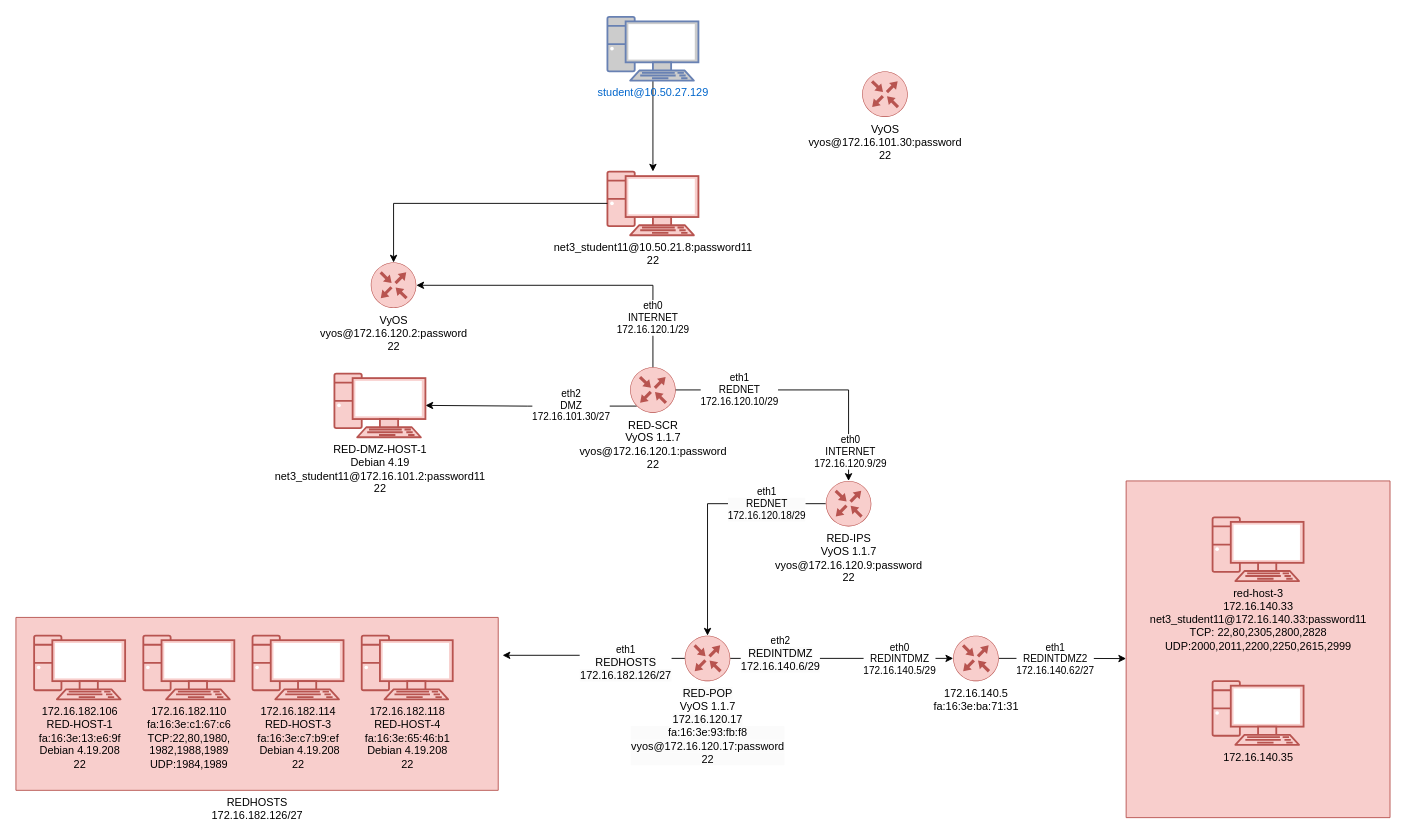
Above: CCTC/NET/Network_Recon.drawio in wifi96h/new (draw.io), before the change. Source tidied: cells renumbered, new cells numbered last; positions are measured from the earlier drawing's top-left corner, leaving out a move shared by most shapes. Both pictures are drawn from the tidied source at 91%, with x=0, y=0 at pixel (15, 16).
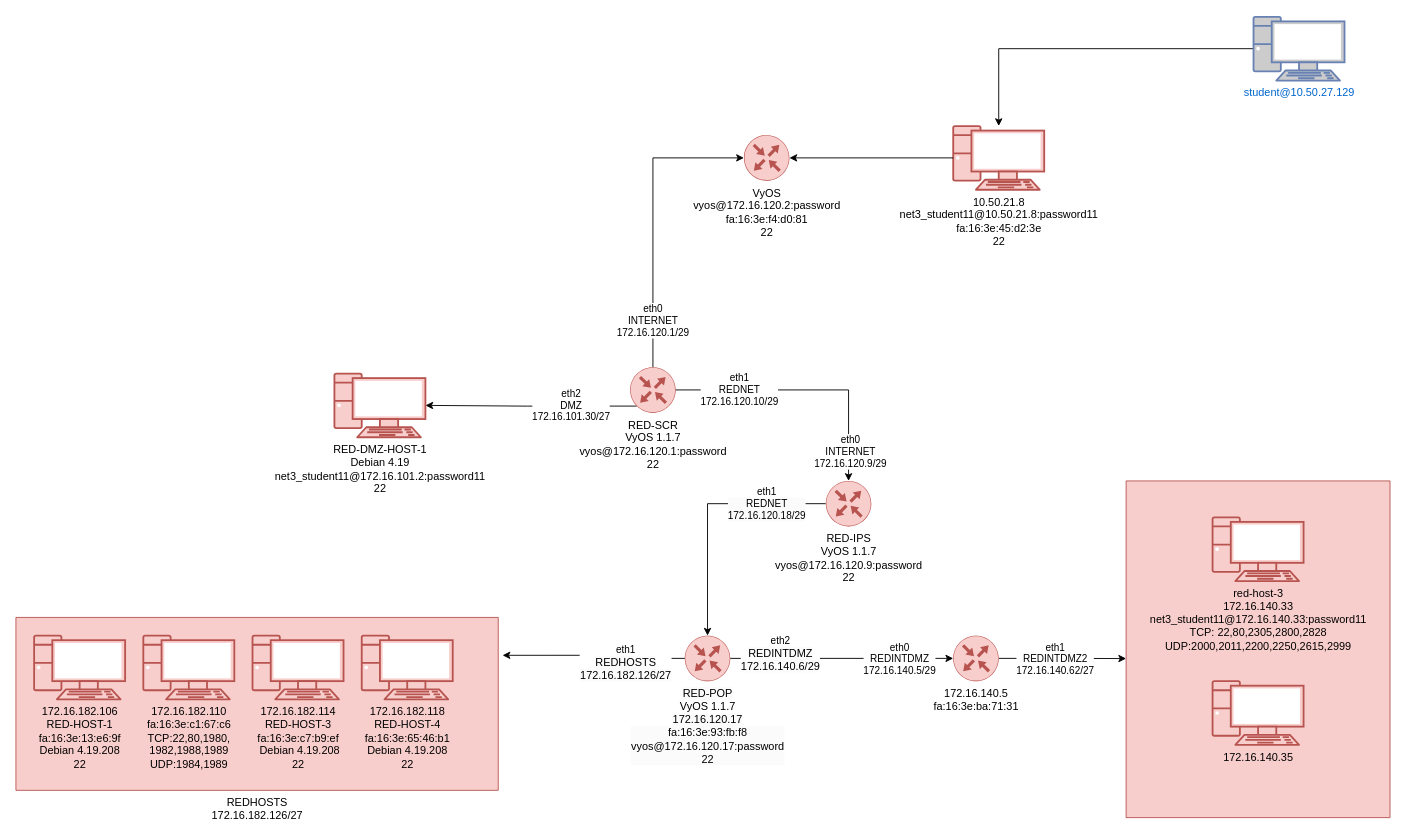
The same diagram, later.

Unchanged cells that the change refers to:
```xml
<mxCell id="7" value="RED-SCR&lt;div&gt;VyOS 1.1.7&lt;br&gt;&lt;div&gt;vyos@172.16.120.1:password&lt;div&gt;22&lt;/div&gt;&lt;/div&gt;&lt;/div&gt;" style="sketch=0;points=[[0.5,0,0],[1,0.5,0],[0.5,1,0],[0,0.5,0],[0.145,0.145,0],[0.8555,0.145,0],[0.855,0.8555,0],[0.145,0.855,0]];verticalLabelPosition=bottom;html=1;verticalAlign=top;align=center;shape=mxgraph.cisco19.rect;prIcon=router;fillColor=#f8cecc;strokeColor=#b85450;" parent="1" vertex="1">
  <mxGeometry x="675" y="385" width="50" height="50" as="geometry" />
</mxCell>
```

What changed in the source:
```diff
@@
     <mxCell id="4" value="student@10.50.27.129" style="fontColor=#0066CC;verticalAlign=top;verticalLabelPosition=bottom;labelPosition=center;align=center;html=1;outlineConnect=0;fillColor=#CCCCCC;strokeColor=#6881B3;gradientColor=none;gradientDirection=north;strokeWidth=2;shape=mxgraph.networks.pc;" parent="1" vertex="1">
-      <mxGeometry x="650" width="100" height="70" as="geometry" />
+      <mxGeometry x="1360" width="100" height="70" as="geometry" />
     </mxCell>
-    <mxCell id="5" value="net3_student11@10.50.21.8:password11&lt;div&gt;22&lt;/div&gt;" style="verticalAlign=top;verticalLabelPosition=bottom;labelPosition=center;align=center;html=1;outlineConnect=0;fillColor=#f8cecc;strokeColor=#b85450;gradientDirection=north;strokeWidth=2;shape=mxgraph.networks.pc;" parent="1" vertex="1">
-      <mxGeometry x="650" y="170" width="100" height="70" as="geometry" />
+    <mxCell id="5" value="10.50.21.8&lt;div&gt;net3_student11@10.50.21.8:password11&lt;div&gt;fa:16:3e:45:d2:3e&lt;/div&gt;&lt;div&gt;22&lt;/div&gt;&lt;/div&gt;" style="verticalAlign=top;verticalLabelPosition=bottom;labelPosition=center;align=center;html=1;outlineConnect=0;fillColor=#f8cecc;strokeColor=#b85450;gradientDirection=north;strokeWidth=2;shape=mxgraph.networks.pc;" parent="1" vertex="1">
+      <mxGeometry x="1030" y="120" width="100" height="70" as="geometry" />
     </mxCell>
@@
-    <mxCell id="8" style="edgeStyle=orthogonalEdgeStyle;rounded=0;jettySize=auto;html=1;entryX=0.5;entryY=0;entryDx=0;entryDy=0;entryPerimeter=0;" parent="1" edge="1" source="5" target="14">
+    <mxCell id="8" style="edgeStyle=orthogonalEdgeStyle;rounded=0;jettySize=auto;html=1;entryX=1;entryY=0.5;entryDx=0;entryDy=0;entryPerimeter=0;" parent="1" edge="1" source="5" target="14">
       <mxGeometry relative="1" as="geometry" />
     </mxCell>
@@
-    <mxCell id="14" value="VyOS&lt;div&gt;vyos@172.16.120.2:password&lt;/div&gt;&lt;div&gt;22&lt;/div&gt;" style="sketch=0;points=[[0.5,0,0],[1,0.5,0],[0.5,1,0],[0,0.5,0],[0.145,0.145,0],[0.8555,0.145,0],[0.855,0.8555,0],[0.145,0.855,0]];verticalLabelPosition=bottom;html=1;verticalAlign=top;align=center;shape=mxgraph.cisco19.rect;prIcon=router;fillColor=#f8cecc;strokeColor=#b85450;" parent="1" vertex="1">
-      <mxGeometry x="390" y="270" width="50" height="50" as="geometry" />
+    <mxCell id="14" value="VyOS&lt;div&gt;vyos@172.16.120.2:password&lt;/div&gt;&lt;div&gt;fa:16:3e:f4:d0:81&lt;/div&gt;&lt;div&gt;22&lt;/div&gt;" style="sketch=0;points=[[0.5,0,0],[1,0.5,0],[0.5,1,0],[0,0.5,0],[0.145,0.145,0],[0.8555,0.145,0],[0.855,0.8555,0],[0.145,0.855,0]];verticalLabelPosition=bottom;html=1;verticalAlign=top;align=center;shape=mxgraph.cisco19.rect;prIcon=router;fillColor=#f8cecc;strokeColor=#b85450;" parent="1" vertex="1">
+      <mxGeometry x="800" y="130" width="50" height="50" as="geometry" />
     </mxCell>
-    <mxCell id="15" value="VyOS&lt;div&gt;vyos@172.16.101.30:password&lt;/div&gt;&lt;div&gt;22&lt;/div&gt;" style="sketch=0;verticalLabelPosition=bottom;html=1;verticalAlign=top;align=center;shape=mxgraph.cisco19.rect;prIcon=router;fillColor=#f8cecc;strokeColor=#b85450;" parent="1" vertex="1">
-      <mxGeometry x="930" y="60" width="50" height="50" as="geometry" />
-    </mxCell>
-    <mxCell id="16" value="&lt;span style=&quot;color: rgb(0, 0, 0); font-family: Helvetica; font-size: 11px; font-style: normal; font-variant-ligatures: normal; font-variant-caps: normal; font-weight: 400; letter-spacing: normal; orphans: 2; text-align: center; text-indent: 0px; text-transform: none; widows: 2; word-spacing: 0px; -webkit-text-stroke-width: 0px; white-space: nowrap; background-color: rgb(255, 255, 255); text-decoration-thickness: initial; text-decoration-style: initial; text-decoration-color: initial; display: inline !important; float: none;&quot;&gt;eth0&lt;/span&gt;&lt;div style=&quot;forced-color-adjust: none; color: rgb(0, 0, 0); font-family: Helvetica; font-size: 11px; font-style: normal; font-variant-ligatures: normal; font-variant-caps: normal; font-weight: 400; letter-spacing: normal; orphans: 2; text-align: center; text-indent: 0px; text-transform: none; widows: 2; word-spacing: 0px; -webkit-text-stroke-width: 0px; white-space: nowrap; text-decoration-thickness: initial; text-decoration-style: initial; text-decoration-color: initial;&quot;&gt;INTERNET&lt;/div&gt;&lt;div style=&quot;forced-color-adjust: none; color: rgb(0, 0, 0); font-family: Helvetica; font-size: 11px; font-style: normal; font-variant-ligatures: normal; font-variant-caps: normal; font-weight: 400; letter-spacing: normal; orphans: 2; text-align: center; text-indent: 0px; text-transform: none; widows: 2; word-spacing: 0px; -webkit-text-stroke-width: 0px; white-space: nowrap; text-decoration-thickness: initial; text-decoration-style: initial; text-decoration-color: initial;&quot;&gt;172.16.120.1/29&lt;/div&gt;" style="edgeStyle=orthogonalEdgeStyle;rounded=0;jettySize=auto;html=1;exitX=0.5;exitY=0;exitDx=0;exitDy=0;exitPerimeter=0;entryX=1;entryY=0.5;entryDx=0;entryDy=0;entryPerimeter=0;" parent="1" edge="1" source="7" target="14">
+    <mxCell id="16" value="&lt;span style=&quot;color: rgb(0, 0, 0); font-family: Helvetica; font-size: 11px; font-style: normal; font-variant-ligatures: normal; font-variant-caps: normal; font-weight: 400; letter-spacing: normal; orphans: 2; text-align: center; text-indent: 0px; text-transform: none; widows: 2; word-spacing: 0px; -webkit-text-stroke-width: 0px; white-space: nowrap; background-color: rgb(255, 255, 255); text-decoration-thickness: initial; text-decoration-style: initial; text-decoration-color: initial; display: inline !important; float: none;&quot;&gt;eth0&lt;/span&gt;&lt;div style=&quot;forced-color-adjust: none; color: rgb(0, 0, 0); font-family: Helvetica; font-size: 11px; font-style: normal; font-variant-ligatures: normal; font-variant-caps: normal; font-weight: 400; letter-spacing: normal; orphans: 2; text-align: center; text-indent: 0px; text-transform: none; widows: 2; word-spacing: 0px; -webkit-text-stroke-width: 0px; white-space: nowrap; text-decoration-thickness: initial; text-decoration-style: initial; text-decoration-color: initial;&quot;&gt;INTERNET&lt;/div&gt;&lt;div style=&quot;forced-color-adjust: none; color: rgb(0, 0, 0); font-family: Helvetica; font-size: 11px; font-style: normal; font-variant-ligatures: normal; font-variant-caps: normal; font-weight: 400; letter-spacing: normal; orphans: 2; text-align: center; text-indent: 0px; text-transform: none; widows: 2; word-spacing: 0px; -webkit-text-stroke-width: 0px; white-space: nowrap; text-decoration-thickness: initial; text-decoration-style: initial; text-decoration-color: initial;&quot;&gt;172.16.120.1/29&lt;/div&gt;" style="edgeStyle=orthogonalEdgeStyle;rounded=0;jettySize=auto;html=1;exitX=0.5;exitY=0;exitDx=0;exitDy=0;exitPerimeter=0;entryX=0;entryY=0.5;entryDx=0;entryDy=0;entryPerimeter=0;" parent="1" edge="1" source="7" target="14">
       <mxGeometry x="-0.69" relative="1" as="geometry" />
     </mxCell>
```
